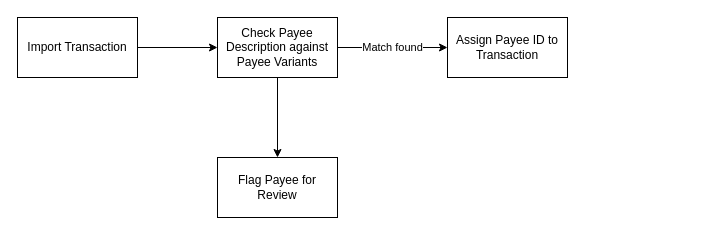
This is page "Page-1" (1 of 2) of architecture/import_architecture.drawio from axjasf/PersonalFinanceCategorizer_WebApp, a draw.io file, before an edit. Source tidied: cells renumbered, new cells numbered last; positions are measured from the earlier drawing's top-left corner, leaving out a move shared by most shapes. Both pictures are drawn from the tidied source at 100%, with x=0, y=0 at pixel (17, 17).
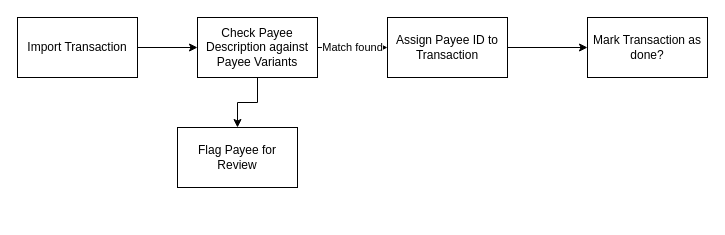
After the change.

Diff of the diagram source:
```diff
@@
 <mxGraphModel>
   <root>
     <mxCell id="0" />
     <mxCell id="1" parent="0" />
     <mxCell id="2" style="edgeStyle=orthogonalEdgeStyle;rounded=0;jettySize=auto;html=1;" parent="1" edge="1" source="3" target="6">
       <mxGeometry relative="1" as="geometry" />
     </mxCell>
     <mxCell id="3" value="Import Transaction" style="rounded=0;whiteSpace=wrap;html=1;" parent="1" vertex="1">
       <mxGeometry width="120" height="60" as="geometry" />
     </mxCell>
     <mxCell id="4" value="Match found" style="edgeStyle=orthogonalEdgeStyle;rounded=0;jettySize=auto;html=1;" parent="1" edge="1" source="6" target="7">
       <mxGeometry relative="1" as="geometry" />
     </mxCell>
     <mxCell id="5" style="edgeStyle=orthogonalEdgeStyle;rounded=0;jettySize=auto;html=1;" parent="1" edge="1" source="6" target="8">
       <mxGeometry relative="1" as="geometry" />
     </mxCell>
     <mxCell id="6" value="Check Payee Description against Payee Variants" style="rounded=0;whiteSpace=wrap;html=1;" parent="1" vertex="1">
-      <mxGeometry x="200" width="120" height="60" as="geometry" />
+      <mxGeometry x="180" width="120" height="60" as="geometry" />
     </mxCell>
+    <mxCell id="9" style="edgeStyle=orthogonalEdgeStyle;rounded=0;jettySize=auto;html=1;" parent="1" edge="1" source="7" target="10">
+      <mxGeometry relative="1" as="geometry" />
+    </mxCell>
     <mxCell id="7" value="Assign Payee ID to Transaction" style="rounded=0;whiteSpace=wrap;html=1;" parent="1" vertex="1">
-      <mxGeometry x="430" width="120" height="60" as="geometry" />
+      <mxGeometry x="370" width="120" height="60" as="geometry" />
     </mxCell>
     <mxCell id="8" value="Flag Payee for Review" style="rounded=0;whiteSpace=wrap;html=1;" parent="1" vertex="1">
-      <mxGeometry x="200" y="140" width="120" height="60" as="geometry" />
+      <mxGeometry x="160" y="110" width="120" height="60" as="geometry" />
     </mxCell>
+    <mxCell id="10" value="Mark Transaction as done?" style="rounded=0;whiteSpace=wrap;html=1;" parent="1" vertex="1">
+      <mxGeometry x="570" width="120" height="60" as="geometry" />
+    </mxCell>
   </root>
 </mxGraphModel>
```
